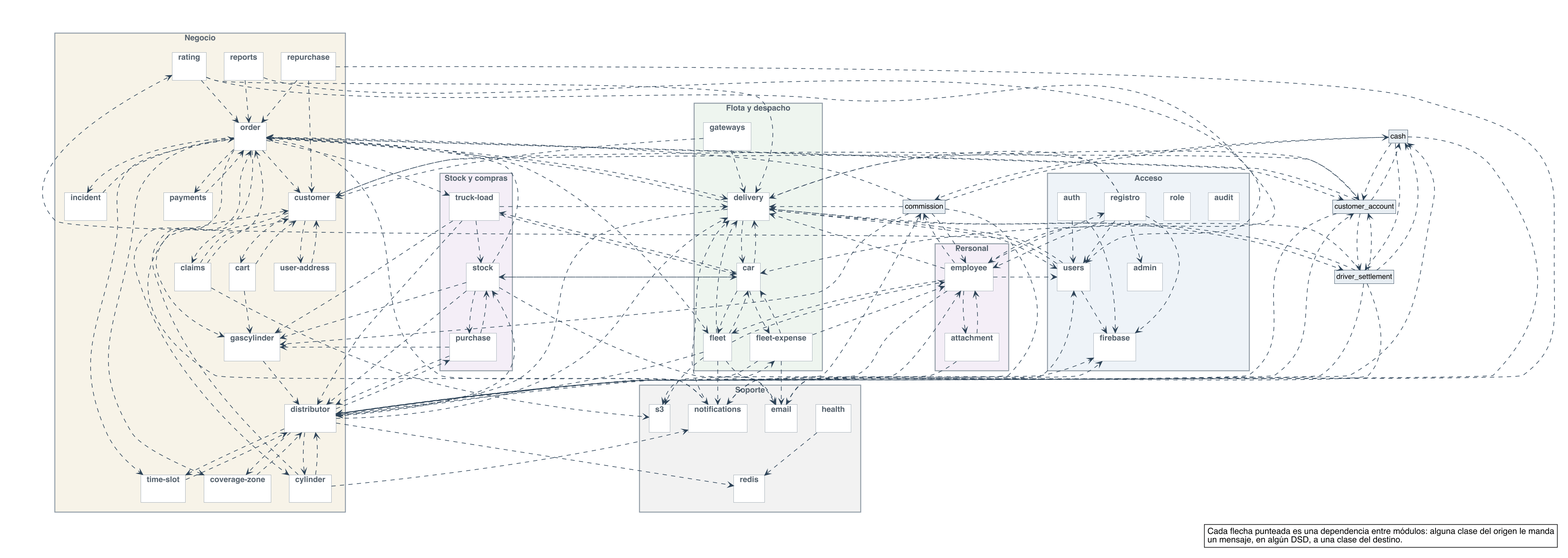
The PlantUML diagram diagramas/clases-diseno/DC_Paquetes.png in Nahuelito-Dev/splg-docs, before a commit.
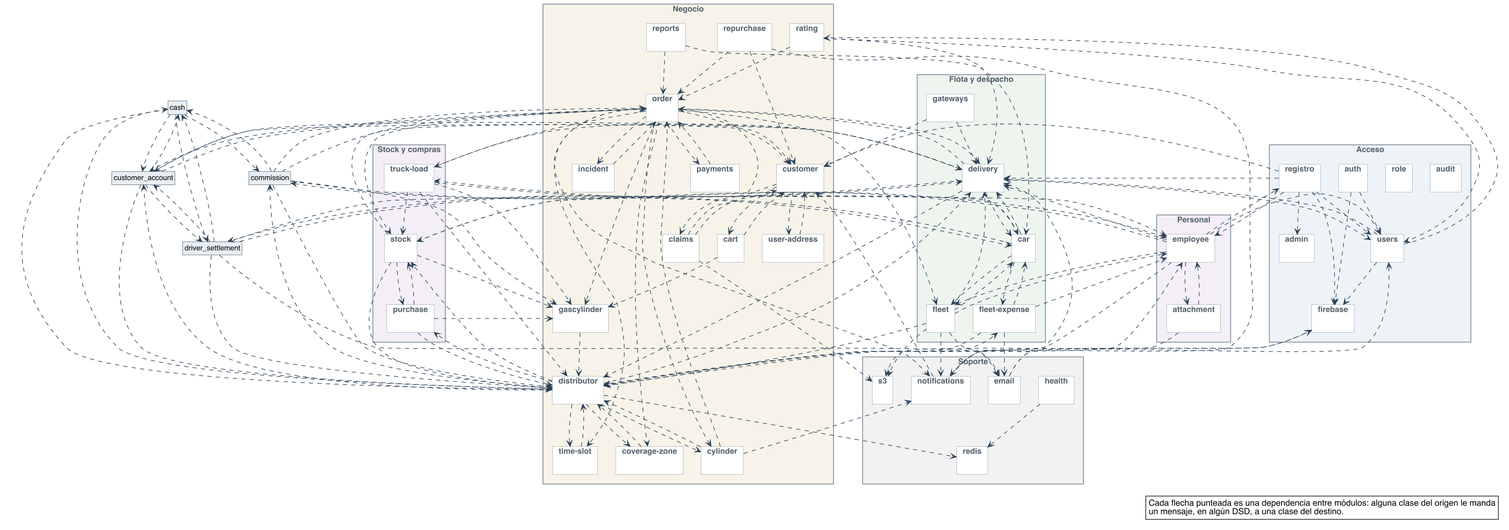
Later version of the same file.

Diff of the diagram source:
```diff
@@ -246,6 +246,7 @@
 order ..> incident
 order ..> notifications
 order ..> payments
+order ..> stock
 order ..> time_slot
 order ..> truck_load
 payments ..> order
@@ -268,7 +269,6 @@
 repurchase ..> order
 stock ..> car
 stock ..> distributor
-stock ..> email
 stock ..> gascylinder
 stock ..> order
 stock ..> purchase
```
